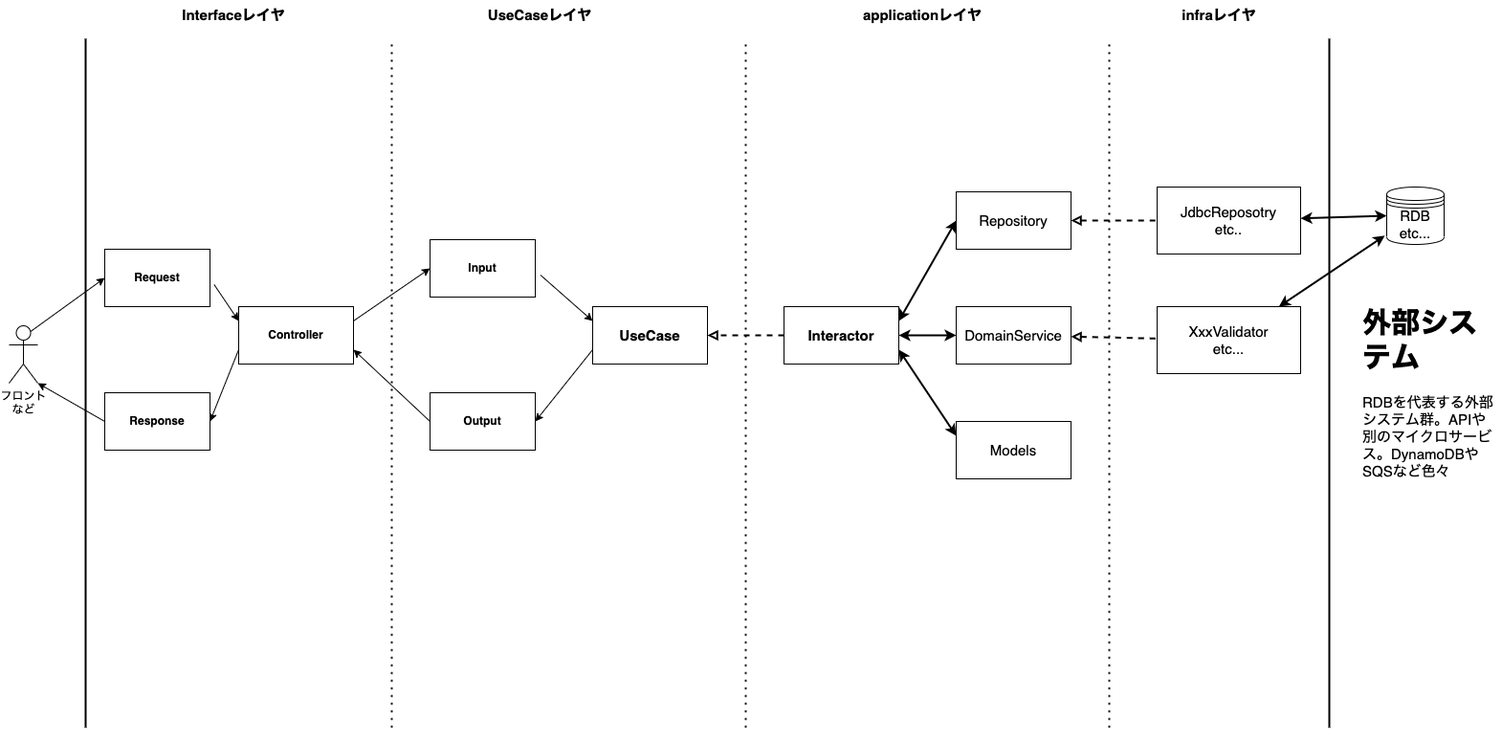
The draw.io diagram docs/architecture/BE/flow-overview.png in rinotc/simple-domain-modeling-tool, before a commit. Source tidied: cells renumbered, new cells last; positions are measured from the earlier drawing's top-left corner, leaving out a move shared by most shapes.
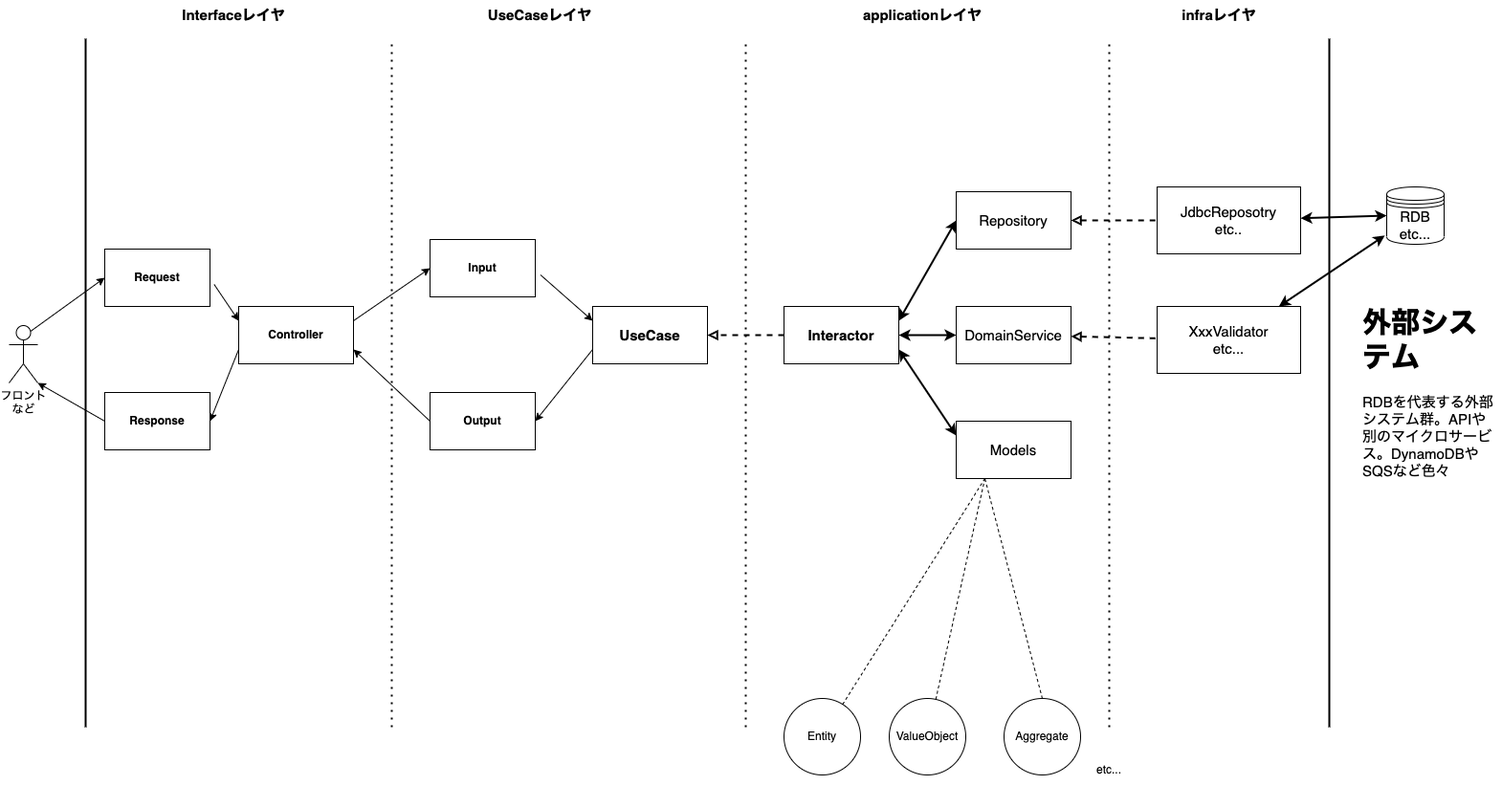
The same diagram one commit later.

Diff of the diagram source:
```diff
@@ -137,5 +137,26 @@
     <mxCell id="41" value="&lt;h1&gt;外部システム&lt;/h1&gt;&lt;p&gt;RDBを代表する外部システム群。APIや別のマイクロサービス。DynamoDBやSQSなど色々&lt;/p&gt;" style="text;html=1;strokeColor=none;fillColor=none;spacing=5;spacingTop=-20;whiteSpace=wrap;overflow=hidden;rounded=0;fontSize=15;" parent="1" vertex="1">
       <mxGeometry x="1410" y="310" width="150" height="280" as="geometry" />
     </mxCell>
+    <mxCell id="42" style="rounded=0;jettySize=auto;html=1;entryX=0.25;entryY=1;entryDx=0;entryDy=0;dashed=1;endArrow=none;endFill=0;" parent="1" edge="1" source="43" target="31">
+      <mxGeometry relative="1" as="geometry" />
+    </mxCell>
+    <mxCell id="43" value="Entity" style="ellipse;whiteSpace=wrap;html=1;" parent="1" vertex="1">
+      <mxGeometry x="810" y="730" width="80" height="80" as="geometry" />
+    </mxCell>
+    <mxCell id="44" style="edgeStyle=none;rounded=0;jettySize=auto;html=1;entryX=0.25;entryY=1;entryDx=0;entryDy=0;dashed=1;endArrow=none;endFill=0;" parent="1" edge="1" source="45" target="31">
+      <mxGeometry relative="1" as="geometry" />
+    </mxCell>
+    <mxCell id="45" value="ValueObject" style="ellipse;whiteSpace=wrap;html=1;" parent="1" vertex="1">
+      <mxGeometry x="920" y="730" width="80" height="80" as="geometry" />
+    </mxCell>
+    <mxCell id="46" style="edgeStyle=none;rounded=0;jettySize=auto;html=1;exitX=0.5;exitY=0;exitDx=0;exitDy=0;entryX=0.25;entryY=1;entryDx=0;entryDy=0;dashed=1;endArrow=none;endFill=0;" parent="1" edge="1" source="47" target="31">
+      <mxGeometry relative="1" as="geometry" />
+    </mxCell>
+    <mxCell id="47" value="Aggregate" style="ellipse;whiteSpace=wrap;html=1;" parent="1" vertex="1">
+      <mxGeometry x="1040" y="730" width="80" height="80" as="geometry" />
+    </mxCell>
+    <mxCell id="48" value="etc..." style="text;html=1;strokeColor=none;fillColor=none;align=center;verticalAlign=middle;whiteSpace=wrap;rounded=0;" parent="1" vertex="1">
+      <mxGeometry x="1120" y="790" width="60" height="30" as="geometry" />
+    </mxCell>
   </root>
 </mxGraphModel>
```
